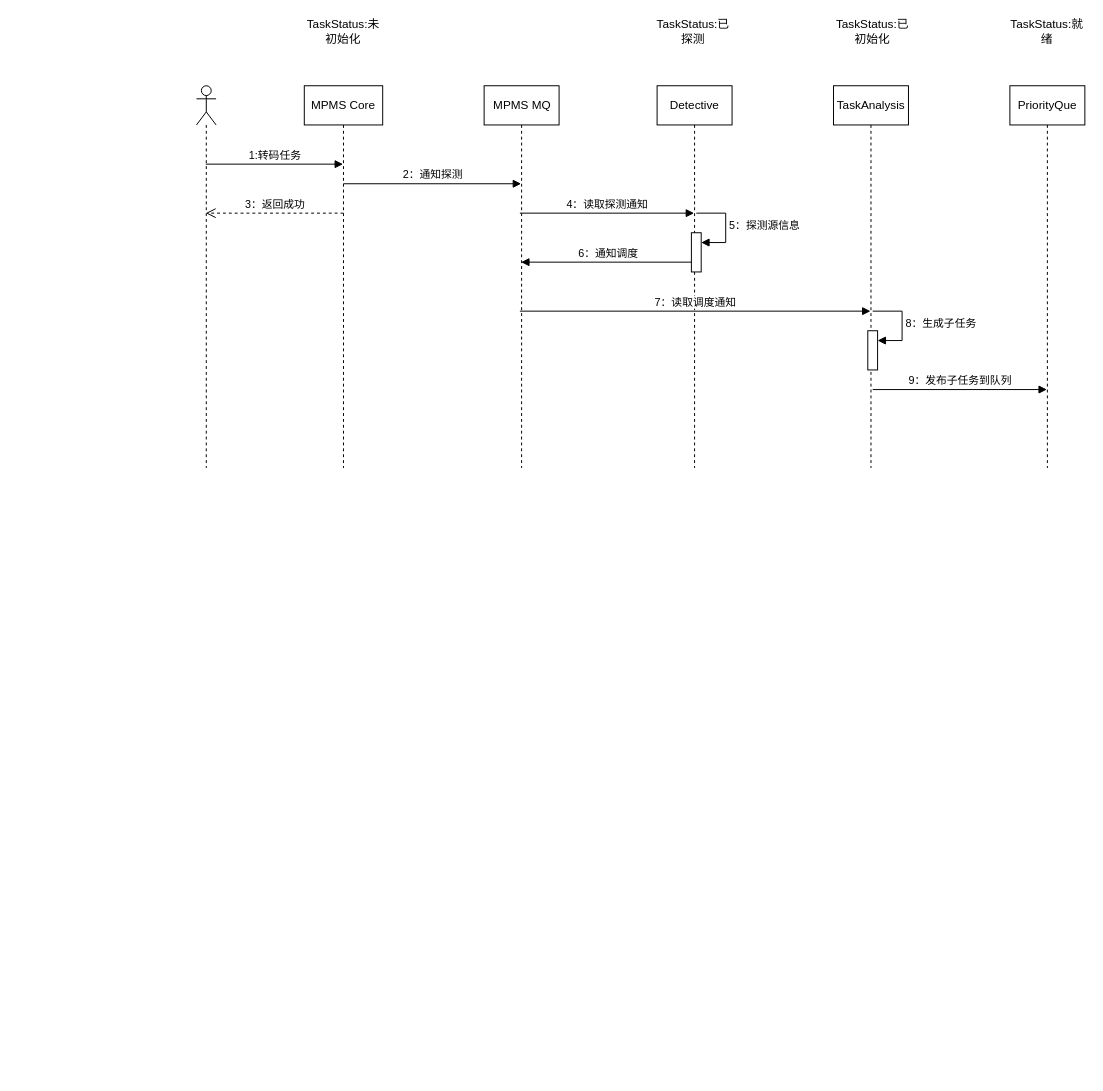
Before: page "顺序图" (3 of 3) of 梧桐.drawio in zebra-min/my-design, a draw.io diagram. Source tidied: cells renumbered, new cells numbered last; positions are measured from the earlier drawing's top-left corner, leaving out a move shared by most shapes. Both pictures are drawn from the tidied source at 98%, with x=0, y=0 at pixel (196, 17).
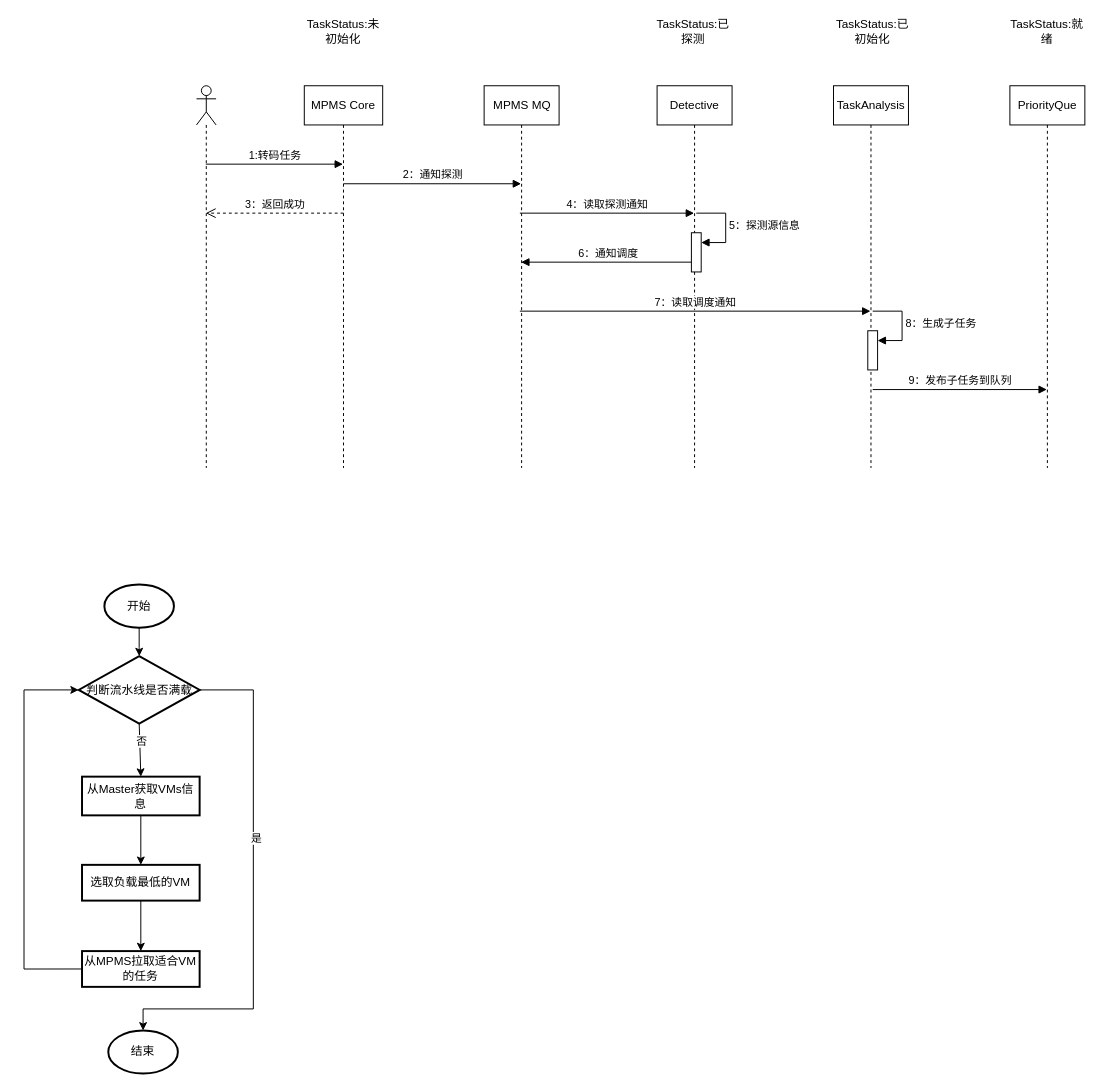
The same diagram, later.

Change to the diagram source:
```diff
@@
+    <mxCell id="23" style="edgeStyle=orthogonalEdgeStyle;rounded=0;jettySize=auto;html=1;" parent="1" edge="1" source="24" target="29">
+      <mxGeometry relative="1" as="geometry" />
+    </mxCell>
+    <mxCell id="24" value="开始" style="strokeWidth=2;html=1;shape=mxgraph.flowchart.start_1;whiteSpace=wrap;" parent="1" vertex="1">
+      <mxGeometry x="-94" y="579" width="71" height="44" as="geometry" />
+    </mxCell>
+    <mxCell id="25" style="edgeStyle=orthogonalEdgeStyle;rounded=0;jettySize=auto;html=1;" parent="1" edge="1" source="26" target="28">
+      <mxGeometry relative="1" as="geometry" />
+    </mxCell>
+    <mxCell id="26" value="从Master获取VMs信息" style="whiteSpace=wrap;html=1;strokeWidth=2;" parent="1" vertex="1">
+      <mxGeometry x="-116.8" y="775" width="120" height="39.5" as="geometry" />
+    </mxCell>
+    <mxCell id="27" style="edgeStyle=orthogonalEdgeStyle;rounded=0;jettySize=auto;html=1;" parent="1" edge="1" source="28" target="33">
+      <mxGeometry relative="1" as="geometry" />
+    </mxCell>
+    <mxCell id="28" value="选取负载最低的VM" style="whiteSpace=wrap;html=1;strokeWidth=2;" parent="1" vertex="1">
+      <mxGeometry x="-116.8" y="865" width="120" height="36.5" as="geometry" />
+    </mxCell>
+    <mxCell id="29" value="判断流水线是否满载" style="rhombus;whiteSpace=wrap;html=1;strokeWidth=2;" parent="1" vertex="1">
+      <mxGeometry x="-120.2" y="652" width="123.5" height="69" as="geometry" />
+    </mxCell>
+    <mxCell id="30" style="endArrow=classic;html=1;rounded=0;exitX=0.5;exitY=1;exitDx=0;exitDy=0;entryX=0.5;entryY=0;entryDx=0;entryDy=0;" parent="1" edge="1" source="29" target="26">
+      <mxGeometry relative="1" as="geometry" />
+    </mxCell>
+    <mxCell id="31" value="否" style="edgeLabel;html=1;align=center;verticalAlign=middle;" parent="30" vertex="1">
+      <mxGeometry x="-0.33" y="1" relative="1" as="geometry" />
+    </mxCell>
+    <mxCell id="32" style="edgeStyle=orthogonalEdgeStyle;rounded=0;jettySize=auto;html=1;exitX=0;exitY=0.5;exitDx=0;exitDy=0;entryX=0;entryY=0.5;entryDx=0;entryDy=0;" parent="1" edge="1" source="33" target="29">
+      <mxGeometry relative="1" as="geometry">
+        <Array as="points">
+          <mxPoint x="-176" y="971" />
+          <mxPoint x="-176" y="687" />
+        </Array>
+      </mxGeometry>
+    </mxCell>
+    <mxCell id="33" value="从MPMS拉取适合VM的任务" style="whiteSpace=wrap;html=1;strokeWidth=2;" parent="1" vertex="1">
+      <mxGeometry x="-116.8" y="953" width="120" height="36.5" as="geometry" />
+    </mxCell>
+    <mxCell id="34" value="结束" style="strokeWidth=2;html=1;shape=mxgraph.flowchart.start_1;whiteSpace=wrap;" parent="1" vertex="1">
+      <mxGeometry x="-90" y="1034" width="71" height="44" as="geometry" />
+    </mxCell>
+    <mxCell id="35" style="edgeStyle=orthogonalEdgeStyle;rounded=0;jettySize=auto;html=1;exitX=1;exitY=0.5;exitDx=0;exitDy=0;entryX=0.5;entryY=0;entryDx=0;entryDy=0;entryPerimeter=0;" parent="1" edge="1" source="29" target="34">
+      <mxGeometry relative="1" as="geometry">
+        <Array as="points">
+          <mxPoint x="58" y="687" />
+          <mxPoint x="58" y="1012" />
+          <mxPoint x="-54" y="1012" />
+        </Array>
+      </mxGeometry>
+    </mxCell>
+    <mxCell id="36" value="是" style="edgeLabel;html=1;align=center;verticalAlign=middle;" parent="35" vertex="1">
+      <mxGeometry x="-0.2" y="2" relative="1" as="geometry" />
+    </mxCell>
```
